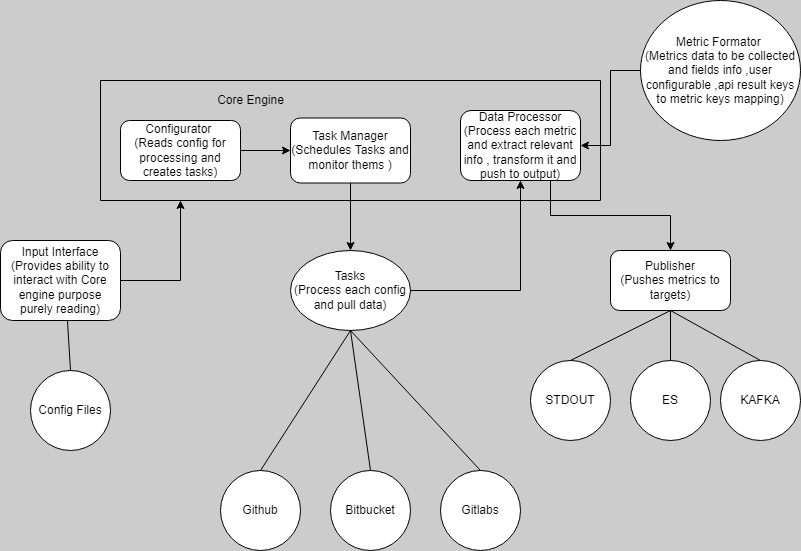
Before: docs/design/images/software_design_high_level.png, a diagram exported from draw.io (maplelabs/apm-github-plugin). Source tidied: cells renumbered, new cells last; positions are measured from the earlier drawing's top-left corner, leaving out a move shared by most shapes. Source of this version:
```xml
<mxGraphModel background="#CCCCCC">
  <root>
    <mxCell id="0" />
    <mxCell id="1" parent="0" />
    <mxCell id="2" style="edgeStyle=orthogonalEdgeStyle;rounded=0;jettySize=auto;html=1;entryX=0;entryY=0.5;entryDx=0;entryDy=0;" parent="1" edge="1" source="3" target="5">
      <mxGeometry relative="1" as="geometry" />
    </mxCell>
    <mxCell id="3" value="Configurator&amp;nbsp;&lt;br&gt;(Reads config for processing and creates tasks)" style="rounded=1;whiteSpace=wrap;html=1;" parent="1" vertex="1">
      <mxGeometry x="120" y="120" width="120" height="60" as="geometry" />
    </mxCell>
    <mxCell id="4" style="edgeStyle=orthogonalEdgeStyle;rounded=0;jettySize=auto;html=1;" parent="1" edge="1" source="5">
      <mxGeometry relative="1" as="geometry">
        <mxPoint x="350" y="250" as="targetPoint" />
      </mxGeometry>
    </mxCell>
    <mxCell id="5" value="Task Manager&lt;br&gt;(Schedules Tasks and monitor thems )" style="rounded=1;whiteSpace=wrap;html=1;" parent="1" vertex="1">
      <mxGeometry x="290" y="117.5" width="120" height="65" as="geometry" />
    </mxCell>
    <mxCell id="6" style="endArrow=none;html=1;rounded=0;" parent="1" edge="1">
      <mxGeometry relative="1" as="geometry">
        <mxPoint x="100" y="80" as="sourcePoint" />
        <mxPoint x="600" y="80" as="targetPoint" />
      </mxGeometry>
    </mxCell>
    <mxCell id="7" style="endArrow=none;html=1;rounded=0;" parent="1" edge="1">
      <mxGeometry relative="1" as="geometry">
        <mxPoint x="100" y="80" as="sourcePoint" />
        <mxPoint x="100" y="200" as="targetPoint" />
      </mxGeometry>
    </mxCell>
    <mxCell id="8" style="endArrow=none;html=1;rounded=0;" parent="1" edge="1">
      <mxGeometry relative="1" as="geometry">
        <mxPoint x="100" y="200" as="sourcePoint" />
        <mxPoint x="600" y="200" as="targetPoint" />
      </mxGeometry>
    </mxCell>
    <mxCell id="9" value="Core Engine" style="text;html=1;align=center;verticalAlign=middle;strokeColor=none;fillColor=none;" parent="1" vertex="1">
      <mxGeometry x="205" y="85" width="90" height="30" as="geometry" />
    </mxCell>
    <mxCell id="10" style="edgeStyle=orthogonalEdgeStyle;rounded=0;jettySize=auto;html=1;entryX=0.5;entryY=1;entryDx=0;entryDy=0;" parent="1" edge="1" source="11" target="13">
      <mxGeometry relative="1" as="geometry" />
    </mxCell>
    <mxCell id="11" value="Tasks&lt;br&gt;(Process each config and pull data)" style="ellipse;whiteSpace=wrap;html=1;" parent="1" vertex="1">
      <mxGeometry x="290" y="250" width="120" height="80" as="geometry" />
    </mxCell>
    <mxCell id="12" style="edgeStyle=orthogonalEdgeStyle;rounded=0;jettySize=auto;html=1;exitX=0.75;exitY=1;exitDx=0;exitDy=0;entryX=0.5;entryY=0;entryDx=0;entryDy=0;" parent="1" edge="1" source="13" target="14">
      <mxGeometry relative="1" as="geometry" />
    </mxCell>
    <mxCell id="13" value="Data Processor&lt;br&gt;(Process each metric and extract relevant info , transform it and push to output)" style="rounded=1;whiteSpace=wrap;html=1;" parent="1" vertex="1">
      <mxGeometry x="460" y="110" width="120" height="70" as="geometry" />
    </mxCell>
    <mxCell id="14" value="Publisher&lt;br&gt;(Pushes metrics to targets)" style="rounded=1;whiteSpace=wrap;html=1;" parent="1" vertex="1">
      <mxGeometry x="610" y="250" width="120" height="60" as="geometry" />
    </mxCell>
    <mxCell id="15" style="endArrow=none;html=1;rounded=0;" parent="1" edge="1">
      <mxGeometry relative="1" as="geometry">
        <mxPoint x="600" y="200" as="sourcePoint" />
        <mxPoint x="600" y="80" as="targetPoint" />
      </mxGeometry>
    </mxCell>
    <mxCell id="16" style="edgeStyle=orthogonalEdgeStyle;rounded=0;jettySize=auto;html=1;" parent="1" edge="1" source="17">
      <mxGeometry relative="1" as="geometry">
        <mxPoint x="180" y="200" as="targetPoint" />
      </mxGeometry>
    </mxCell>
    <mxCell id="17" value="Input Interface&lt;br&gt;(Provides ability to interact with Core engine purpose purely reading)" style="rounded=1;whiteSpace=wrap;html=1;" parent="1" vertex="1">
      <mxGeometry y="240" width="120" height="80" as="geometry" />
    </mxCell>
    <mxCell id="18" value="Config Files" style="ellipse;whiteSpace=wrap;html=1;" parent="1" vertex="1">
      <mxGeometry x="30" y="370" width="80" height="80" as="geometry" />
    </mxCell>
    <mxCell id="19" style="endArrow=none;html=1;rounded=0;exitX=0.5;exitY=0;exitDx=0;exitDy=0;entryX=0.558;entryY=1;entryDx=0;entryDy=0;entryPerimeter=0;" parent="1" edge="1" source="18" target="17">
      <mxGeometry relative="1" as="geometry" />
    </mxCell>
    <mxCell id="20" value="STDOUT" style="ellipse;whiteSpace=wrap;html=1;" parent="1" vertex="1">
      <mxGeometry x="530" y="360" width="80" height="80" as="geometry" />
    </mxCell>
    <mxCell id="21" value="ES" style="ellipse;whiteSpace=wrap;html=1;" parent="1" vertex="1">
      <mxGeometry x="630" y="360" width="80" height="80" as="geometry" />
    </mxCell>
    <mxCell id="22" value="KAFKA" style="ellipse;whiteSpace=wrap;html=1;" parent="1" vertex="1">
      <mxGeometry x="720" y="360" width="80" height="80" as="geometry" />
    </mxCell>
    <mxCell id="23" style="endArrow=none;html=1;rounded=0;exitX=0.5;exitY=0;exitDx=0;exitDy=0;entryX=0.5;entryY=1;entryDx=0;entryDy=0;" parent="1" edge="1" source="20" target="14">
      <mxGeometry relative="1" as="geometry" />
    </mxCell>
    <mxCell id="24" style="endArrow=none;html=1;rounded=0;exitX=0.5;exitY=0;exitDx=0;exitDy=0;" parent="1" edge="1" source="21">
      <mxGeometry relative="1" as="geometry">
        <mxPoint x="670" y="310" as="targetPoint" />
      </mxGeometry>
    </mxCell>
    <mxCell id="25" style="endArrow=none;html=1;rounded=0;exitX=0.5;exitY=0;exitDx=0;exitDy=0;" parent="1" edge="1" source="22">
      <mxGeometry relative="1" as="geometry">
        <mxPoint x="670" y="310" as="targetPoint" />
      </mxGeometry>
    </mxCell>
    <mxCell id="26" value="Github" style="ellipse;whiteSpace=wrap;html=1;" parent="1" vertex="1">
      <mxGeometry x="220" y="470" width="80" height="80" as="geometry" />
    </mxCell>
    <mxCell id="27" value="Bitbucket" style="ellipse;whiteSpace=wrap;html=1;" parent="1" vertex="1">
      <mxGeometry x="330" y="470" width="80" height="80" as="geometry" />
    </mxCell>
    <mxCell id="28" value="Gitlabs" style="ellipse;whiteSpace=wrap;html=1;" parent="1" vertex="1">
      <mxGeometry x="440" y="470" width="80" height="80" as="geometry" />
    </mxCell>
    <mxCell id="29" style="endArrow=none;html=1;rounded=0;exitX=0.5;exitY=0;exitDx=0;exitDy=0;entryX=0.5;entryY=1;entryDx=0;entryDy=0;" parent="1" edge="1" source="26" target="11">
      <mxGeometry relative="1" as="geometry" />
    </mxCell>
    <mxCell id="30" style="endArrow=none;html=1;rounded=0;exitX=0.5;exitY=0;exitDx=0;exitDy=0;" parent="1" edge="1" source="27">
      <mxGeometry relative="1" as="geometry">
        <mxPoint x="350" y="330" as="targetPoint" />
      </mxGeometry>
    </mxCell>
    <mxCell id="31" style="endArrow=none;html=1;rounded=0;entryX=0.5;entryY=0;entryDx=0;entryDy=0;exitX=0.5;exitY=1;exitDx=0;exitDy=0;" parent="1" edge="1" source="11" target="28">
      <mxGeometry relative="1" as="geometry" />
    </mxCell>
    <mxCell id="32" style="edgeStyle=orthogonalEdgeStyle;rounded=0;jettySize=auto;html=1;entryX=1;entryY=0.5;entryDx=0;entryDy=0;" parent="1" edge="1" source="33" target="13">
      <mxGeometry relative="1" as="geometry" />
    </mxCell>
    <mxCell id="33" value="Metric Formator &lt;br&gt;(Metrics data to be collected and fields info ,user configurable ,api result keys to metric keys mapping)" style="ellipse;whiteSpace=wrap;html=1;" parent="1" vertex="1">
      <mxGeometry x="640" width="160" height="140" as="geometry" />
    </mxCell>
  </root>
</mxGraphModel>
```
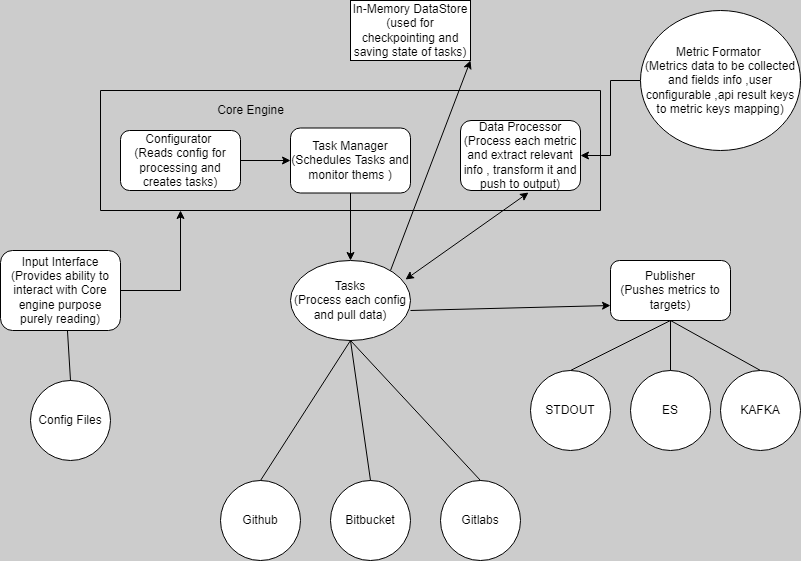
After the change.

The edit, as a diff of the source:
```diff
@@ -37,15 +37,9 @@
     <mxCell id="9" value="Core Engine" style="text;html=1;align=center;verticalAlign=middle;strokeColor=none;fillColor=none;" parent="1" vertex="1">
       <mxGeometry x="205" y="85" width="90" height="30" as="geometry" />
     </mxCell>
-    <mxCell id="10" style="edgeStyle=orthogonalEdgeStyle;rounded=0;jettySize=auto;html=1;entryX=0.5;entryY=1;entryDx=0;entryDy=0;" parent="1" edge="1" source="11" target="13">
-      <mxGeometry relative="1" as="geometry" />
-    </mxCell>
     <mxCell id="11" value="Tasks&lt;br&gt;(Process each config and pull data)" style="ellipse;whiteSpace=wrap;html=1;" parent="1" vertex="1">
       <mxGeometry x="290" y="250" width="120" height="80" as="geometry" />
     </mxCell>
-    <mxCell id="12" style="edgeStyle=orthogonalEdgeStyle;rounded=0;jettySize=auto;html=1;exitX=0.75;exitY=1;exitDx=0;exitDy=0;entryX=0.5;entryY=0;entryDx=0;entryDy=0;" parent="1" edge="1" source="13" target="14">
-      <mxGeometry relative="1" as="geometry" />
-    </mxCell>
     <mxCell id="13" value="Data Processor&lt;br&gt;(Process each metric and extract relevant info , transform it and push to output)" style="rounded=1;whiteSpace=wrap;html=1;" parent="1" vertex="1">
       <mxGeometry x="460" y="110" width="120" height="70" as="geometry" />
     </mxCell>
@@ -120,5 +114,19 @@
     <mxCell id="33" value="Metric Formator &lt;br&gt;(Metrics data to be collected and fields info ,user configurable ,api result keys to metric keys mapping)" style="ellipse;whiteSpace=wrap;html=1;" parent="1" vertex="1">
       <mxGeometry x="640" width="160" height="140" as="geometry" />
     </mxCell>
+    <mxCell id="34" style="endArrow=classic;html=1;rounded=0;entryX=0;entryY=0.75;entryDx=0;entryDy=0;exitX=1;exitY=0.625;exitDx=0;exitDy=0;exitPerimeter=0;" parent="1" edge="1" source="11" target="14">
+      <mxGeometry relative="1" as="geometry" />
+    </mxCell>
+    <mxCell id="10" style="endArrow=classic;startArrow=classic;html=1;rounded=0;entryX=0.567;entryY=1.029;entryDx=0;entryDy=0;entryPerimeter=0;exitX=0.958;exitY=0.238;exitDx=0;exitDy=0;exitPerimeter=0;" parent="1" edge="1" source="11" target="13">
+      <mxGeometry relative="1" as="geometry" />
+    </mxCell>
+    <mxCell id="35" value="In-Memory DataStore&lt;br&gt;(used for checkpointing and saving state of tasks)" style="rounded=0;whiteSpace=wrap;html=1;" parent="1" vertex="1">
+      <mxGeometry x="350" y="-10" width="120" height="60" as="geometry" />
+    </mxCell>
+    <mxCell id="36" style="endArrow=classic;html=1;rounded=0;entryX=1;entryY=1;entryDx=0;entryDy=0;" parent="1" edge="1" target="35">
+      <mxGeometry relative="1" as="geometry">
+        <mxPoint x="390" y="260" as="sourcePoint" />
+      </mxGeometry>
+    </mxCell>
   </root>
 </mxGraphModel>
```
